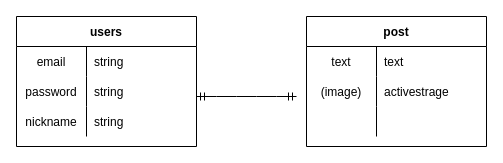
Before: ER.dio in kei-yokoyama/my_diary, a draw.io diagram. Source tidied: cells renumbered, new cells numbered last; positions are measured from the earlier drawing's top-left corner, leaving out a move shared by most shapes. Both pictures are drawn from the tidied source at 100%, with x=0, y=0 at pixel (16, 16).
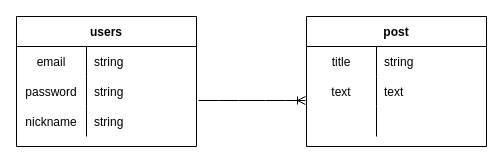
The same diagram, later.

Commit message (it also covers changes not shown here):
ER図、DB設計

Unchanged cells that the change refers to:
```xml
<mxCell id="14" style="shape=partialRectangle;fillColor=none;top=0;left=0;bottom=0;right=0;" parent="13" vertex="1">
  <mxGeometry y="30" width="180" height="30" as="geometry" />
</mxCell>
<mxCell id="17" style="shape=partialRectangle;fillColor=none;top=0;left=0;bottom=0;right=0;" parent="13" vertex="1">
  <mxGeometry y="60" width="180" height="30" as="geometry" />
</mxCell>
```

What changed in the source:
```diff
@@
-    <mxCell id="2" style="edgeStyle=entityRelationEdgeStyle;fontSize=12;html=1;endArrow=ERmandOne;startArrow=ERmandOne;" parent="1" edge="1">
-      <mxGeometry relative="1" as="geometry">
-        <mxPoint x="180" y="80" as="sourcePoint" />
-        <mxPoint x="280" y="80" as="targetPoint" />
-      </mxGeometry>
-    </mxCell>
@@
-    <mxCell id="15" value="text" style="shape=partialRectangle;fillColor=none;top=0;left=0;bottom=0;right=0;overflow=hidden;" parent="14" vertex="1">
+    <mxCell id="15" value="title" style="shape=partialRectangle;fillColor=none;top=0;left=0;bottom=0;right=0;overflow=hidden;" parent="14" vertex="1">
       <mxGeometry width="70" height="30" as="geometry" />
     </mxCell>
-    <mxCell id="16" value="text" style="shape=partialRectangle;fillColor=none;top=0;left=0;bottom=0;right=0;align=left;spacingLeft=6;overflow=hidden;" parent="14" vertex="1">
+    <mxCell id="16" value="string" style="shape=partialRectangle;fillColor=none;top=0;left=0;bottom=0;right=0;align=left;spacingLeft=6;overflow=hidden;" parent="14" vertex="1">
       <mxGeometry x="70" width="110" height="30" as="geometry" />
     </mxCell>
@@
-    <mxCell id="18" value="(image)" style="shape=partialRectangle;fillColor=none;top=0;left=0;bottom=0;right=0;overflow=hidden;" parent="17" vertex="1">
+    <mxCell id="18" value="text" style="shape=partialRectangle;fillColor=none;top=0;left=0;bottom=0;right=0;overflow=hidden;" parent="17" vertex="1">
       <mxGeometry width="70" height="30" as="geometry" />
     </mxCell>
-    <mxCell id="19" value="activestrage" style="shape=partialRectangle;fillColor=none;top=0;left=0;bottom=0;right=0;align=left;spacingLeft=6;overflow=hidden;" parent="17" vertex="1">
+    <mxCell id="19" value="text" style="shape=partialRectangle;fillColor=none;top=0;left=0;bottom=0;right=0;align=left;spacingLeft=6;overflow=hidden;" parent="17" vertex="1">
       <mxGeometry x="70" width="110" height="30" as="geometry" />
     </mxCell>
@@
+    <mxCell id="23" style="edgeStyle=entityRelationEdgeStyle;fontSize=12;html=1;endArrow=ERoneToMany;" parent="1" edge="1">
+      <mxGeometry relative="1" as="geometry">
+        <mxPoint x="182" y="84" as="sourcePoint" />
+        <mxPoint x="289" y="84" as="targetPoint" />
+      </mxGeometry>
+    </mxCell>
```
